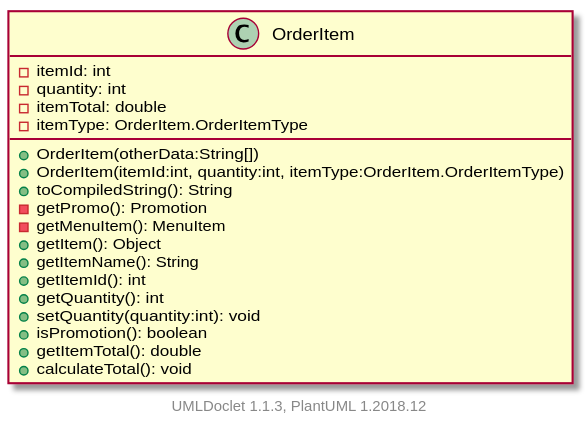
Above: projects/oodp/html/umlversion/uml/sg.edu.ntu.scse.cz2002.features.OrderItem.svg in itachi1706/How-to-use-Git-NTUSCSE1819-Site (PlantUML), before the change.
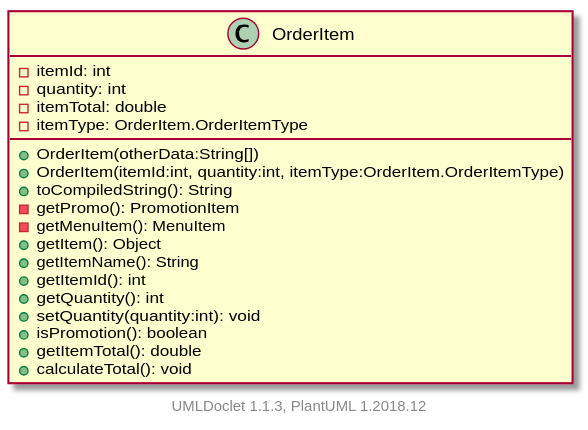
The same file after the commit.

What changed in the source:
```diff
@@ -8,7 +8,7 @@
         +OrderItem(otherData:String[])
         +OrderItem(itemId:int, quantity:int, itemType:OrderItem.OrderItemType)
         +toCompiledString(): String
-        -getPromo(): Promotion
+        -getPromo(): PromotionItem
         -getMenuItem(): MenuItem
         +getItem(): Object
         +getItemName(): String
```
